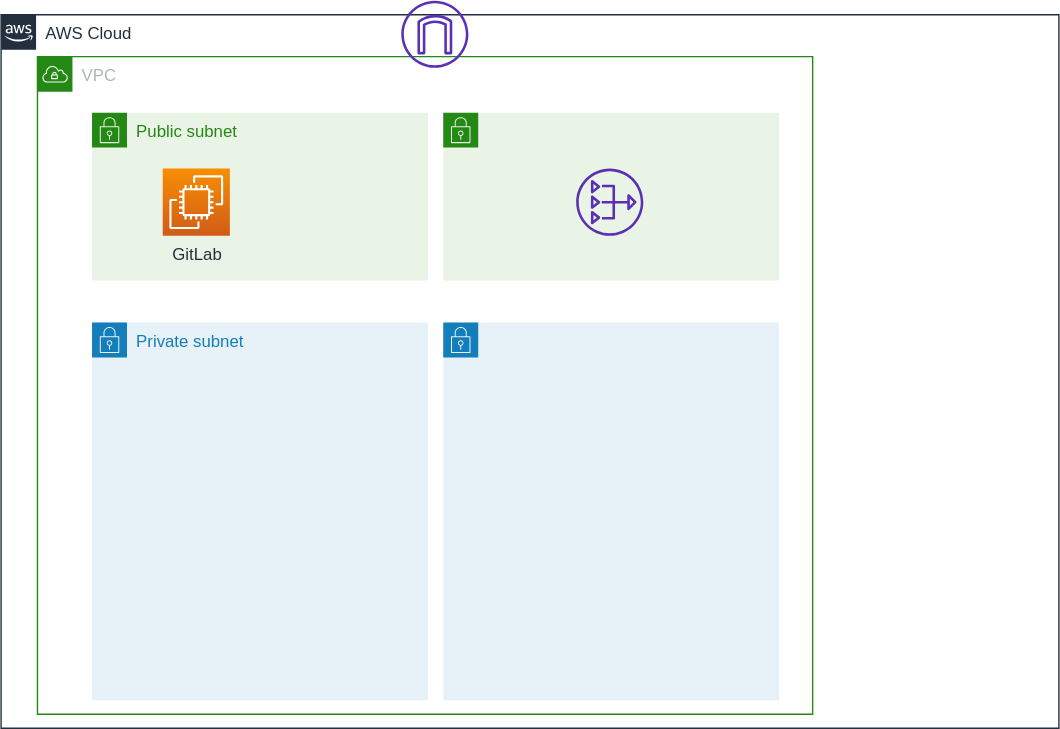
Above: documents/images/use-gitlab.svg in moriryota62/ecs-cicd (draw.io), before the change. Source tidied: cells renumbered, new cells last; positions are measured from the earlier drawing's top-left corner, leaving out a move shared by most shapes.
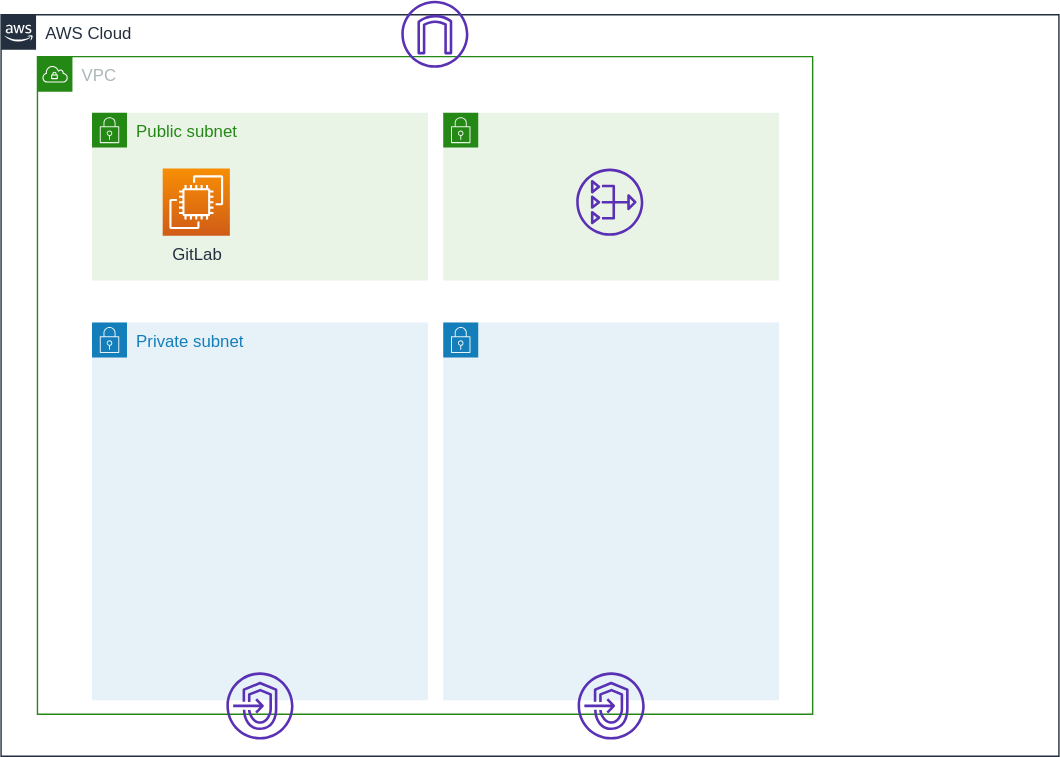
The same diagram one commit later.

The edit, as a diff of the source:
```diff
@@ -3,7 +3,7 @@
     <mxCell id="0" />
     <mxCell id="1" parent="0" />
     <mxCell id="2" value="AWS Cloud" style="gradientColor=none;html=1;whiteSpace=wrap;fontSize=12;fontStyle=0;shape=mxgraph.aws4.group;grIcon=mxgraph.aws4.group_aws_cloud_alt;strokeColor=#232F3E;fillColor=none;verticalAlign=top;align=left;spacingLeft=30;fontColor=#232F3E;dashed=0;" parent="1" vertex="1">
-      <mxGeometry y="10" width="756" height="510" as="geometry" />
+      <mxGeometry y="10" width="756" height="530" as="geometry" />
     </mxCell>
     <mxCell id="3" value="VPC" style="gradientColor=none;html=1;whiteSpace=wrap;fontSize=12;fontStyle=0;shape=mxgraph.aws4.group;grIcon=mxgraph.aws4.group_vpc;strokeColor=#248814;fillColor=none;verticalAlign=top;align=left;spacingLeft=30;fontColor=#AAB7B8;dashed=0;" parent="1" vertex="1">
       <mxGeometry x="26" y="40" width="554" height="470" as="geometry" />
@@ -29,5 +29,11 @@
     <mxCell id="10" style="fontColor=#232F3E;gradientColor=none;fillColor=#5A30B5;strokeColor=none;dashed=0;verticalLabelPosition=bottom;verticalAlign=top;align=center;html=1;fontSize=12;fontStyle=0;shape=mxgraph.aws4.nat_gateway;" parent="1" vertex="1">
       <mxGeometry x="411" y="120" width="48" height="48" as="geometry" />
     </mxCell>
+    <mxCell id="11" style="fontColor=#232F3E;gradientColor=none;fillColor=#5A30B5;strokeColor=none;dashed=0;verticalLabelPosition=bottom;verticalAlign=top;align=center;html=1;fontSize=12;fontStyle=0;shape=mxgraph.aws4.endpoints;" parent="1" vertex="1">
+      <mxGeometry x="161" y="480" width="48" height="48" as="geometry" />
+    </mxCell>
+    <mxCell id="12" style="fontColor=#232F3E;gradientColor=none;fillColor=#5A30B5;strokeColor=none;dashed=0;verticalLabelPosition=bottom;verticalAlign=top;align=center;html=1;fontSize=12;fontStyle=0;shape=mxgraph.aws4.endpoints;" parent="1" vertex="1">
+      <mxGeometry x="412" y="480" width="48" height="48" as="geometry" />
+    </mxCell>
   </root>
 </mxGraphModel>
```
